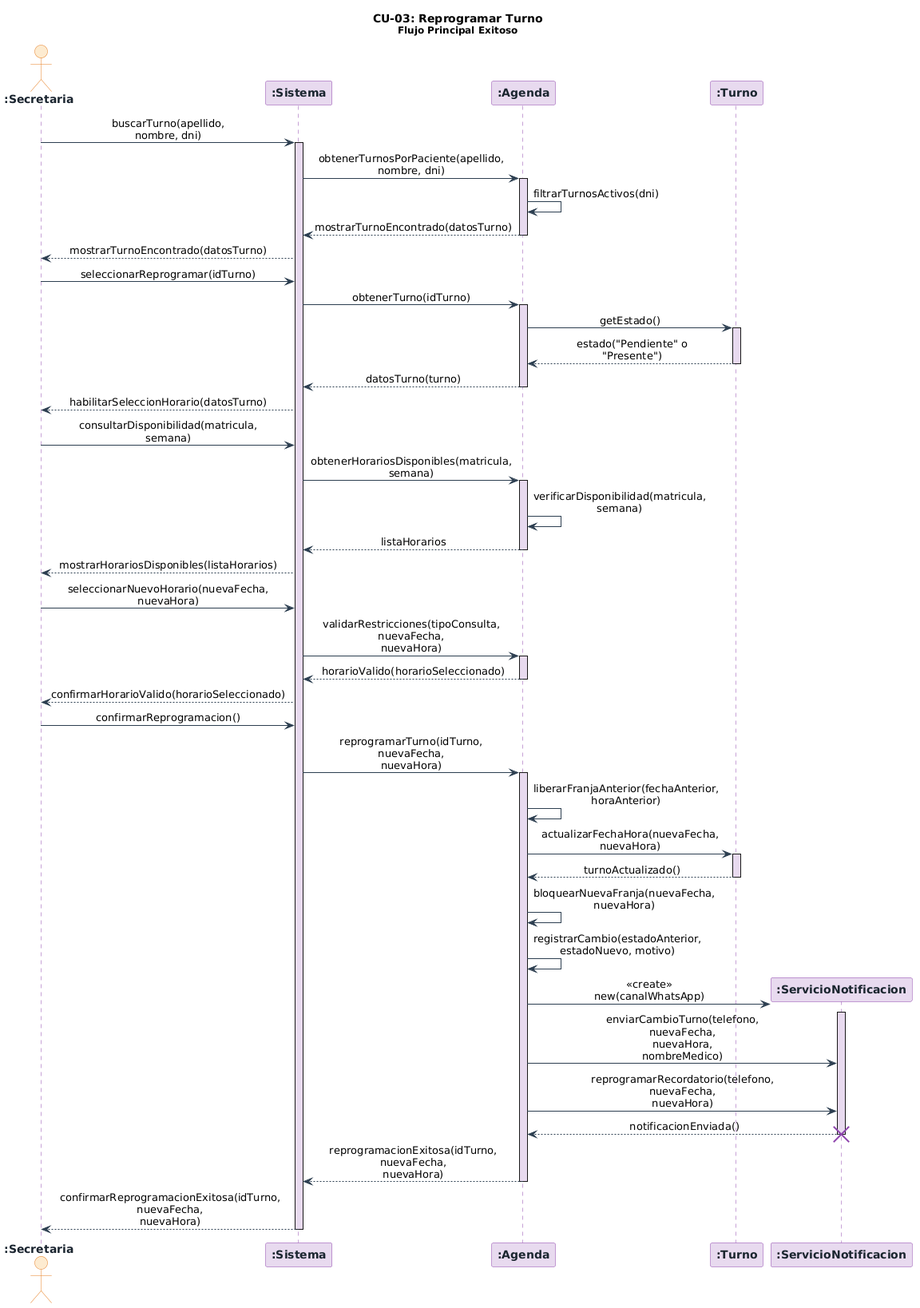
Earlier version of the PlantUML export diagramas/05-diagramas-secuencia/05-cu03-reprogramar-turno.png (angelgc9107-lgtm/SistemaTurnosMedicos_GP6).
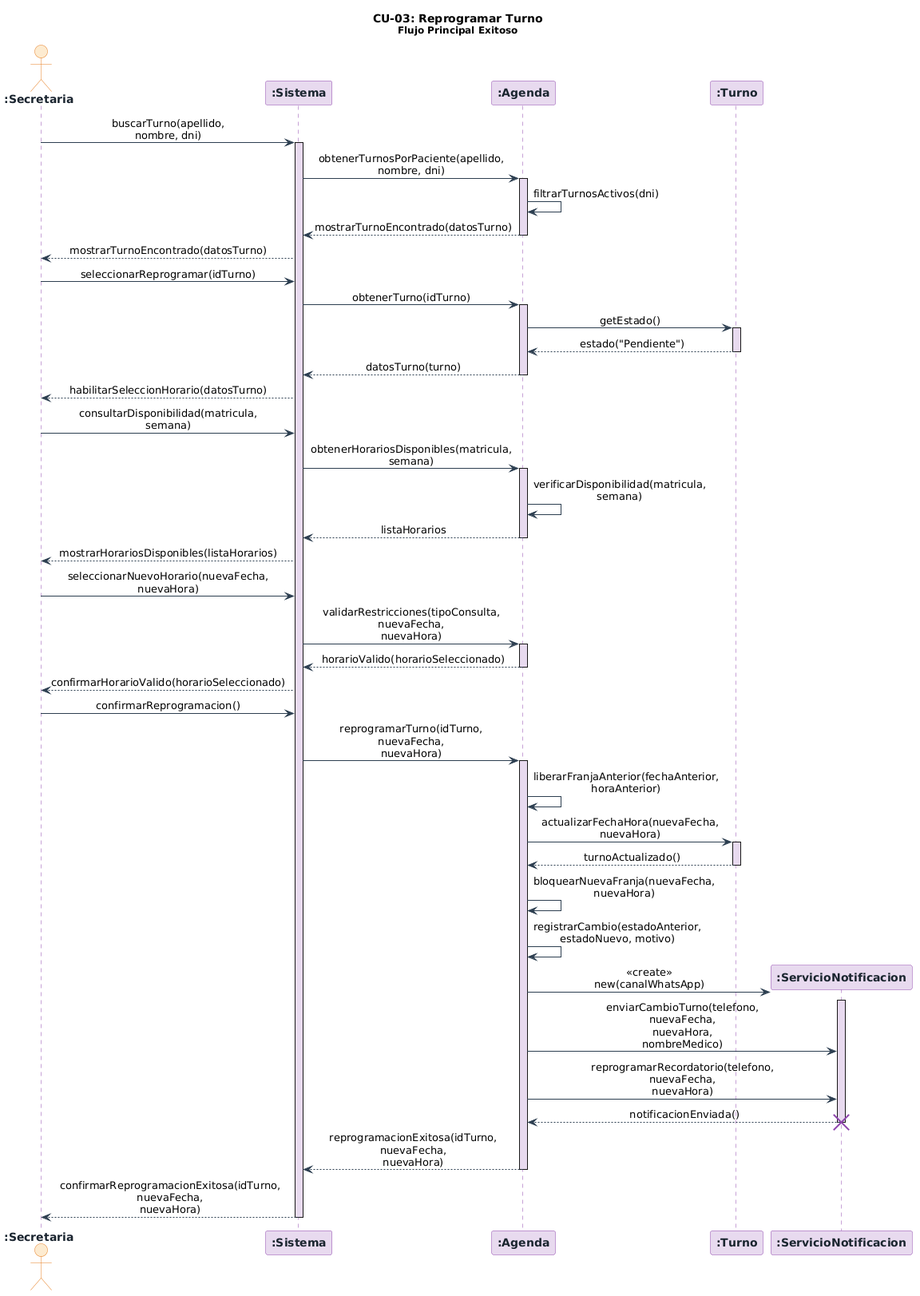
The same diagram one commit later.

Commit message:
Commit - Corrección solicitada de diagrama de secuencia

The edit, as a diff of the source:
```diff
@@ -44,7 +44,7 @@
 activate agenda
 agenda      ->  turno               : getEstado()
 activate turno
-turno       -->  agenda             : estado("Pendiente" o "Presente")
+turno       -->  agenda             : estado("Pendiente")
 deactivate turno
 agenda      -->  sistema            : datosTurno(turno)
 deactivate agenda
```
